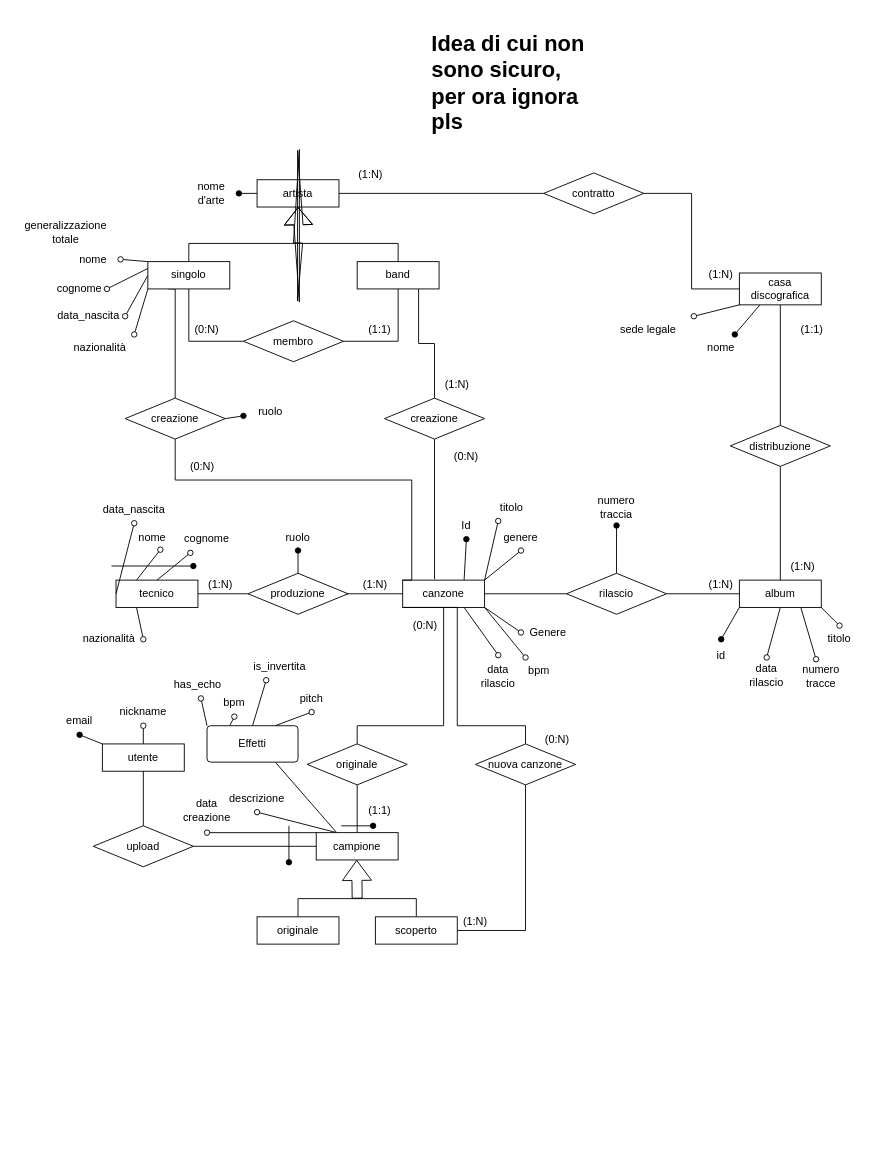
Above: diagramma er v2.drawio in Stef4noo/materiale-progetto-basi (draw.io), before the change. Source tidied: cells renumbered, new cells numbered last; positions are measured from the earlier drawing's top-left corner, leaving out a move shared by most shapes. Both pictures are drawn from the tidied source at 91%, with x=0, y=0 at pixel (15, 25).
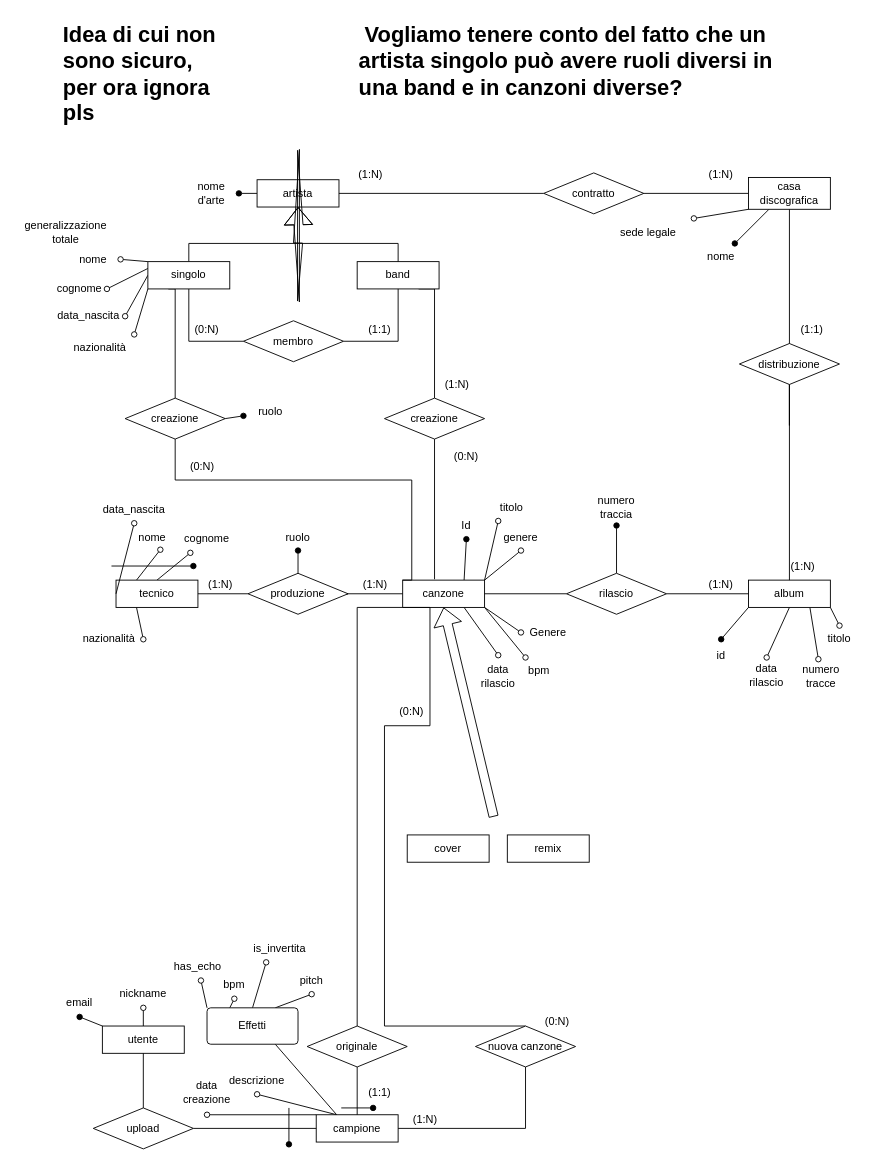
Above is the later version.

Unchanged cells that the change refers to:
```xml
<mxCell id="8" value="canzone" style="whiteSpace=wrap;html=1;align=center;labelBackgroundColor=none;" parent="1" vertex="1">
  <mxGeometry x="425" y="610" width="90" height="30" as="geometry" />
</mxCell>
<mxCell id="23" value="band" style="whiteSpace=wrap;html=1;align=center;labelBackgroundColor=none;" parent="1" vertex="1">
  <mxGeometry x="375" y="260" width="90" height="30" as="geometry" />
</mxCell>
<mxCell id="130" value="creazione" style="shape=rhombus;perimeter=rhombusPerimeter;whiteSpace=wrap;html=1;align=center;labelBackgroundColor=none;" parent="1" vertex="1">
  <mxGeometry x="405" y="410" width="110" height="45" as="geometry" />
</mxCell>
```

Diff of the diagram source:
```diff
@@
     <mxCell id="13" value="&lt;div&gt;album&lt;/div&gt;" style="whiteSpace=wrap;html=1;align=center;labelBackgroundColor=none;" parent="1" vertex="1">
-      <mxGeometry x="795" y="610" width="90" height="30" as="geometry" />
+      <mxGeometry x="805" y="610" width="90" height="30" as="geometry" />
     </mxCell>
@@
     <mxCell id="17" value="campione" style="whiteSpace=wrap;html=1;align=center;labelBackgroundColor=none;" parent="1" vertex="1">
-      <mxGeometry x="330" y="887.5" width="90" height="30" as="geometry" />
+      <mxGeometry x="330" y="1197.5" width="90" height="30" as="geometry" />
     </mxCell>
@@
     <mxCell id="22" style="edgeStyle=orthogonalEdgeStyle;rounded=0;jettySize=auto;html=1;exitX=0.75;exitY=1;exitDx=0;exitDy=0;entryX=0.5;entryY=0;entryDx=0;entryDy=0;endArrow=none;endFill=0;" parent="1" edge="1" source="23" target="130">
-      <mxGeometry relative="1" as="geometry" />
+      <mxGeometry relative="1" as="geometry">
+        <Array as="points">
+          <mxPoint x="460" y="290" />
+        </Array>
+      </mxGeometry>
     </mxCell>
@@
-    <mxCell id="24" style="rounded=0;jettySize=auto;html=1;exitX=0.5;exitY=0;exitDx=0;exitDy=0;entryX=0.5;entryY=0;entryDx=0;entryDy=0;edgeStyle=orthogonalEdgeStyle;endArrow=none;endFill=0;" parent="1" edge="1" source="25" target="102">
-      <mxGeometry relative="1" as="geometry" />
-    </mxCell>
-    <mxCell id="25" value="originale" style="whiteSpace=wrap;html=1;align=center;labelBackgroundColor=none;" parent="1" vertex="1">
-      <mxGeometry x="265" y="980" width="90" height="30" as="geometry" />
-    </mxCell>
     <mxCell id="26" style="edgeStyle=orthogonalEdgeStyle;rounded=0;jettySize=auto;html=1;endArrow=none;endFill=0;" parent="1" edge="1" source="28" target="8">
       <mxGeometry relative="1" as="geometry">
         <Array as="points">
-          <mxPoint x="375" y="770" />
-          <mxPoint x="470" y="770" />
+          <mxPoint x="375" y="640" />
         </Array>
       </mxGeometry>
     </mxCell>
@@
     <mxCell id="28" value="originale" style="shape=rhombus;perimeter=rhombusPerimeter;whiteSpace=wrap;html=1;align=center;labelBackgroundColor=none;" parent="1" vertex="1">
-      <mxGeometry x="320" y="790" width="110" height="45" as="geometry" />
+      <mxGeometry x="320" y="1100" width="110" height="45" as="geometry" />
     </mxCell>
     <mxCell id="29" style="edgeStyle=orthogonalEdgeStyle;rounded=0;jettySize=auto;html=1;entryX=0;entryY=1;entryDx=0;entryDy=0;endArrow=none;endFill=0;exitX=0.5;exitY=0;exitDx=0;exitDy=0;" parent="1" edge="1" source="30" target="8">
       <mxGeometry relative="1" as="geometry">
         <Array as="points">
-          <mxPoint x="560" y="770" />
-          <mxPoint x="485" y="770" />
-          <mxPoint x="485" y="640" />
+          <mxPoint x="405" y="1100" />
+          <mxPoint x="405" y="770" />
+          <mxPoint x="455" y="770" />
+          <mxPoint x="455" y="640" />
         </Array>
       </mxGeometry>
     </mxCell>
     <mxCell id="30" value="nuova canzone" style="shape=rhombus;perimeter=rhombusPerimeter;whiteSpace=wrap;html=1;align=center;labelBackgroundColor=none;" parent="1" vertex="1">
-      <mxGeometry x="505" y="790" width="110" height="45" as="geometry" />
+      <mxGeometry x="505" y="1100" width="110" height="45" as="geometry" />
     </mxCell>
@@
     <mxCell id="33" value="utente" style="whiteSpace=wrap;html=1;align=center;labelBackgroundColor=none;" parent="1" vertex="1">
-      <mxGeometry x="95" y="790" width="90" height="30" as="geometry" />
+      <mxGeometry x="95" y="1100" width="90" height="30" as="geometry" />
     </mxCell>
@@
     <mxCell id="36" value="upload" style="shape=rhombus;perimeter=rhombusPerimeter;whiteSpace=wrap;html=1;align=center;labelBackgroundColor=none;" parent="1" vertex="1">
-      <mxGeometry x="85" y="880" width="110" height="45" as="geometry" />
+      <mxGeometry x="85" y="1190" width="110" height="45" as="geometry" />
     </mxCell>
@@
     <mxCell id="64" value="casa discografica" style="whiteSpace=wrap;html=1;align=center;labelBackgroundColor=none;" parent="1" vertex="1">
-      <mxGeometry x="795" y="272.5" width="90" height="35" as="geometry" />
+      <mxGeometry x="805" y="167.5" width="90" height="35" as="geometry" />
     </mxCell>
@@
     <mxCell id="68" style="edgeStyle=orthogonalEdgeStyle;rounded=0;jettySize=auto;html=1;exitX=0.5;exitY=0;exitDx=0;exitDy=0;entryX=0.5;entryY=1;entryDx=0;entryDy=0;endArrow=none;endFill=0;" parent="1" edge="1" source="69" target="64">
-      <mxGeometry relative="1" as="geometry" />
+      <mxGeometry relative="1" as="geometry">
+        <Array as="points">
+          <mxPoint x="850" y="440" />
+        </Array>
+      </mxGeometry>
     </mxCell>
     <mxCell id="69" value="distribuzione" style="shape=rhombus;perimeter=rhombusPerimeter;whiteSpace=wrap;html=1;align=center;labelBackgroundColor=none;" parent="1" vertex="1">
-      <mxGeometry x="785" y="440" width="110" height="45" as="geometry" />
+      <mxGeometry x="795" y="350" width="110" height="45" as="geometry" />
     </mxCell>
@@
     <mxCell id="74" value="&lt;div&gt;Effetti&lt;/div&gt;" style="rounded=1;arcSize=10;whiteSpace=wrap;html=1;align=center;" parent="1" vertex="1">
-      <mxGeometry x="210" y="770" width="100" height="40" as="geometry" />
+      <mxGeometry x="210" y="1080" width="100" height="40" as="geometry" />
     </mxCell>
@@
     <mxCell id="76" value="(0:N)" style="text;html=1;whiteSpace=wrap;strokeColor=none;fillColor=none;align=center;verticalAlign=middle;rounded=0;" parent="1" vertex="1">
-      <mxGeometry x="420" y="645" width="60" height="30" as="geometry" />
+      <mxGeometry x="405" y="740" width="60" height="30" as="geometry" />
     </mxCell>
     <mxCell id="77" value="(1:1)" style="text;html=1;whiteSpace=wrap;strokeColor=none;fillColor=none;align=center;verticalAlign=middle;rounded=0;" parent="1" vertex="1">
-      <mxGeometry x="370" y="847.5" width="60" height="30" as="geometry" />
+      <mxGeometry x="370" y="1157.5" width="60" height="30" as="geometry" />
     </mxCell>
@@
     <mxCell id="81" value="(1:N)" style="text;html=1;whiteSpace=wrap;strokeColor=none;fillColor=none;align=center;verticalAlign=middle;rounded=0;" parent="1" vertex="1">
-      <mxGeometry x="745" y="260" width="60" height="30" as="geometry" />
+      <mxGeometry x="745" y="150" width="60" height="30" as="geometry" />
     </mxCell>
@@
     <mxCell id="93" value="sede legale" style="text;html=1;whiteSpace=wrap;strokeColor=none;fillColor=none;align=center;verticalAlign=middle;rounded=0;" parent="1" vertex="1">
-      <mxGeometry x="645" y="320" width="100" height="30" as="geometry" />
+      <mxGeometry x="645" y="212.5" width="100" height="30" as="geometry" />
     </mxCell>
     <mxCell id="94" value="nome" style="text;html=1;whiteSpace=wrap;strokeColor=none;fillColor=none;align=center;verticalAlign=middle;rounded=0;" parent="1" vertex="1">
-      <mxGeometry x="745" y="340" width="60" height="30" as="geometry" />
+      <mxGeometry x="745" y="240" width="60" height="30" as="geometry" />
     </mxCell>
@@
-    <mxCell id="101" style="edgeStyle=orthogonalEdgeStyle;rounded=0;jettySize=auto;html=1;exitX=1;exitY=0.5;exitDx=0;exitDy=0;entryX=0.5;entryY=1;entryDx=0;entryDy=0;endArrow=none;endFill=0;" parent="1" edge="1" source="102" target="30">
-      <mxGeometry relative="1" as="geometry" />
+    <mxCell id="101" style="edgeStyle=orthogonalEdgeStyle;rounded=0;jettySize=auto;html=1;exitX=1;exitY=0.5;exitDx=0;exitDy=0;entryX=0.5;entryY=1;entryDx=0;entryDy=0;endArrow=none;endFill=0;" parent="1" edge="1" source="17" target="30">
+      <mxGeometry relative="1" as="geometry">
+        <Array as="points">
+          <mxPoint x="560" y="1213" />
+        </Array>
+      </mxGeometry>
     </mxCell>
-    <mxCell id="102" value="scoperto" style="whiteSpace=wrap;html=1;align=center;labelBackgroundColor=none;" parent="1" vertex="1">
-      <mxGeometry x="395" y="980" width="90" height="30" as="geometry" />
-    </mxCell>
-    <mxCell id="103" style="shape=flexArrow;endArrow=classic;html=1;rounded=0;width=11;endSize=7;strokeWidth=1;" parent="1" edge="1">
-      <mxGeometry relative="1" as="geometry">
-        <mxPoint x="375" y="960" as="sourcePoint" />
-        <mxPoint x="374.5" y="917.5" as="targetPoint" />
-      </mxGeometry>
-    </mxCell>
@@
     <mxCell id="105" value="nickname" style="text;html=1;whiteSpace=wrap;strokeColor=none;fillColor=none;align=center;verticalAlign=middle;rounded=0;" parent="1" vertex="1">
-      <mxGeometry x="110" y="740" width="60" height="30" as="geometry" />
+      <mxGeometry x="110" y="1050" width="60" height="30" as="geometry" />
     </mxCell>
     <mxCell id="106" value="email" style="text;html=1;whiteSpace=wrap;strokeColor=none;fillColor=none;align=center;verticalAlign=middle;rounded=0;" parent="1" vertex="1">
-      <mxGeometry x="40" y="750" width="60" height="30" as="geometry" />
+      <mxGeometry x="40" y="1060" width="60" height="30" as="geometry" />
     </mxCell>
     <mxCell id="107" value="descrizione" style="text;html=1;whiteSpace=wrap;strokeColor=none;fillColor=none;align=center;verticalAlign=middle;rounded=0;" parent="1" vertex="1">
-      <mxGeometry x="235" y="835" width="60" height="30" as="geometry" />
+      <mxGeometry x="235" y="1145" width="60" height="30" as="geometry" />
     </mxCell>
     <mxCell id="108" value="data creazione" style="text;html=1;whiteSpace=wrap;strokeColor=none;fillColor=none;align=center;verticalAlign=middle;rounded=0;" parent="1" vertex="1">
-      <mxGeometry x="180" y="837.5" width="60" height="50" as="geometry" />
+      <mxGeometry x="180" y="1147.5" width="60" height="50" as="geometry" />
     </mxCell>
     <mxCell id="109" value="pitch" style="text;html=1;whiteSpace=wrap;strokeColor=none;fillColor=none;align=center;verticalAlign=middle;rounded=0;" parent="1" vertex="1">
-      <mxGeometry x="295" y="725" width="60" height="30" as="geometry" />
+      <mxGeometry x="295" y="1035" width="60" height="30" as="geometry" />
     </mxCell>
     <mxCell id="110" value="is_invertita" style="text;html=1;whiteSpace=wrap;strokeColor=none;fillColor=none;align=center;verticalAlign=middle;rounded=0;" parent="1" vertex="1">
-      <mxGeometry x="260" y="690" width="60" height="30" as="geometry" />
+      <mxGeometry x="260" y="1000" width="60" height="30" as="geometry" />
     </mxCell>
     <mxCell id="111" value="bpm" style="text;html=1;whiteSpace=wrap;strokeColor=none;fillColor=none;align=center;verticalAlign=middle;rounded=0;" parent="1" vertex="1">
-      <mxGeometry x="210" y="730" width="60" height="30" as="geometry" />
+      <mxGeometry x="210" y="1040" width="60" height="30" as="geometry" />
     </mxCell>
     <mxCell id="112" value="has_echo" style="text;html=1;whiteSpace=wrap;strokeColor=none;fillColor=none;align=center;verticalAlign=middle;rounded=0;" parent="1" vertex="1">
-      <mxGeometry x="170" y="710" width="60" height="30" as="geometry" />
+      <mxGeometry x="170" y="1020" width="60" height="30" as="geometry" />
     </mxCell>
     <mxCell id="113" style="endArrow=oval;html=1;rounded=0;endFill=1;" parent="1" edge="1">
       <mxGeometry relative="1" as="geometry">
-        <mxPoint x="357.5" y="880" as="sourcePoint" />
-        <mxPoint x="392.5" y="880" as="targetPoint" />
+        <mxPoint x="357.5" y="1190" as="sourcePoint" />
+        <mxPoint x="392.5" y="1190" as="targetPoint" />
       </mxGeometry>
     </mxCell>
     <mxCell id="114" style="endArrow=oval;html=1;rounded=0;endFill=1;" parent="1" edge="1">
       <mxGeometry relative="1" as="geometry">
-        <mxPoint x="300" y="880" as="sourcePoint" />
-        <mxPoint x="300" y="920" as="targetPoint" />
+        <mxPoint x="300" y="1190" as="sourcePoint" />
+        <mxPoint x="300" y="1230" as="targetPoint" />
       </mxGeometry>
     </mxCell>
     <mxCell id="115" value="(1:N)" style="text;html=1;whiteSpace=wrap;strokeColor=none;fillColor=none;align=center;verticalAlign=middle;rounded=0;" parent="1" vertex="1">
-      <mxGeometry x="475" y="970" width="60" height="30" as="geometry" />
+      <mxGeometry x="420" y="1187.5" width="60" height="30" as="geometry" />
     </mxCell>
     <mxCell id="116" value="(0:N)" style="text;html=1;whiteSpace=wrap;strokeColor=none;fillColor=none;align=center;verticalAlign=middle;rounded=0;" parent="1" vertex="1">
-      <mxGeometry x="565" y="770" width="60" height="30" as="geometry" />
+      <mxGeometry x="565" y="1080" width="60" height="30" as="geometry" />
     </mxCell>
@@
     <mxCell id="133" value="&lt;h1 style=&quot;margin-top: 0px;&quot;&gt;Idea di cui non sono sicuro, per ora ignora pls&lt;/h1&gt;&lt;p&gt;&lt;br&gt;&lt;/p&gt;" style="text;html=1;whiteSpace=wrap;overflow=hidden;rounded=0;" parent="1" vertex="1">
-      <mxGeometry x="455" width="180" height="120" as="geometry" />
+      <mxGeometry x="50" y="-10" width="180" height="120" as="geometry" />
     </mxCell>
+    <mxCell id="134" style="shape=flexArrow;endArrow=classic;html=1;rounded=0;entryX=0.5;entryY=1;entryDx=0;entryDy=0;" parent="1" edge="1" target="8">
+      <mxGeometry relative="1" as="geometry">
+        <mxPoint x="525" y="870" as="sourcePoint" />
+      </mxGeometry>
+    </mxCell>
+    <mxCell id="135" value="cover" style="whiteSpace=wrap;html=1;align=center;labelBackgroundColor=none;" parent="1" vertex="1">
+      <mxGeometry x="430" y="890" width="90" height="30" as="geometry" />
+    </mxCell>
+    <mxCell id="136" value="remix" style="whiteSpace=wrap;html=1;align=center;labelBackgroundColor=none;" parent="1" vertex="1">
+      <mxGeometry x="540" y="890" width="90" height="30" as="geometry" />
+    </mxCell>
+    <mxCell id="137" value="&lt;h1 style=&quot;margin-top: 0px;&quot;&gt;&amp;nbsp;Vogliamo tenere conto del fatto che un artista singolo può avere ruoli diversi in una band e in canzoni diverse?&lt;/h1&gt;&lt;p&gt;&lt;br&gt;&lt;/p&gt;" style="text;html=1;whiteSpace=wrap;overflow=hidden;rounded=0;" parent="1" vertex="1">
+      <mxGeometry x="375" y="-10" width="490" height="120" as="geometry" />
+    </mxCell>
```
